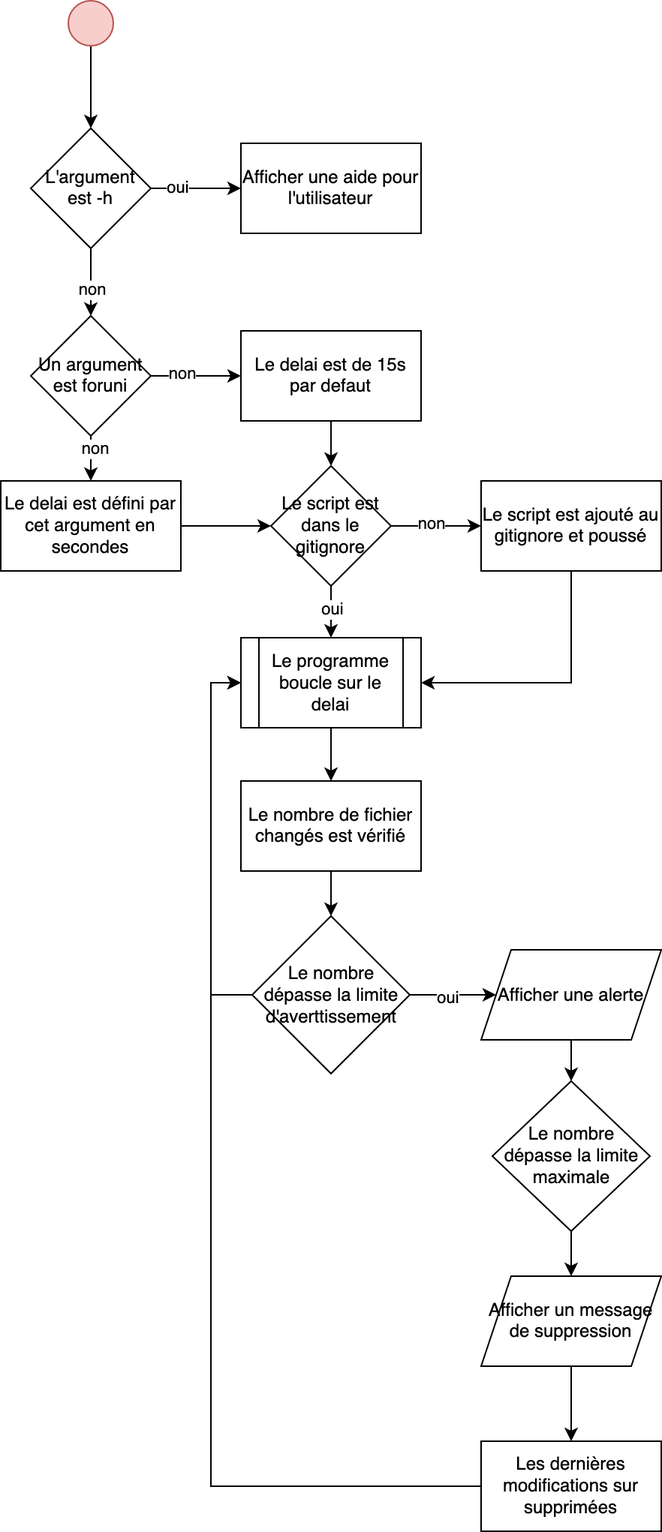
This is diagramme.drawio.png from sepios87/remove_bash, a draw.io export, as it was before one commit. Source tidied: cells renumbered, new cells last; positions are measured from the earlier drawing's top-left corner, leaving out a move shared by most shapes.
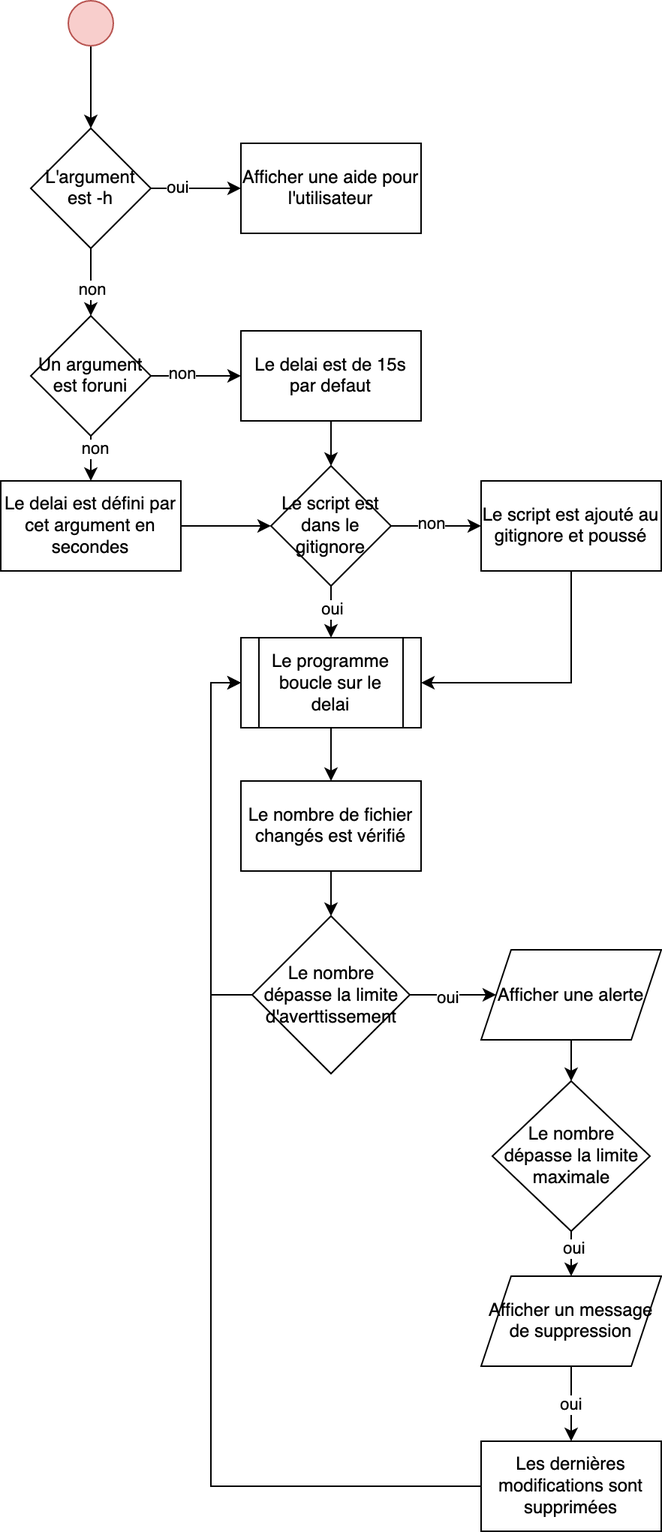
The same file after the commit.

Change to the diagram source:
```diff
@@ -116,19 +116,25 @@
     <mxCell id="36" style="edgeStyle=orthogonalEdgeStyle;rounded=0;jettySize=auto;html=1;" parent="1" edge="1" source="37" target="39">
       <mxGeometry relative="1" as="geometry" />
     </mxCell>
+    <mxCell id="42" value="oui" style="edgeLabel;html=1;align=center;verticalAlign=middle;" parent="36" vertex="1">
+      <mxGeometry x="0.24" y="1" relative="1" as="geometry" />
+    </mxCell>
     <mxCell id="37" value="Le nombre dépasse la limite maximale" style="rhombus;whiteSpace=wrap;html=1;" parent="1" vertex="1">
       <mxGeometry x="327.5" y="720" width="105" height="100" as="geometry" />
     </mxCell>
     <mxCell id="38" style="edgeStyle=orthogonalEdgeStyle;rounded=0;jettySize=auto;html=1;" parent="1" edge="1" source="39" target="41">
       <mxGeometry relative="1" as="geometry" />
     </mxCell>
+    <mxCell id="43" value="oui" style="edgeLabel;html=1;align=center;verticalAlign=middle;" parent="38" vertex="1">
+      <mxGeometry y="-1" relative="1" as="geometry" />
+    </mxCell>
     <mxCell id="39" value="Afficher un message de suppression" style="shape=parallelogram;perimeter=parallelogramPerimeter;whiteSpace=wrap;html=1;fixedSize=1;" parent="1" vertex="1">
       <mxGeometry x="320" y="850" width="120" height="60" as="geometry" />
     </mxCell>
     <mxCell id="40" style="edgeStyle=orthogonalEdgeStyle;rounded=0;jettySize=auto;html=1;entryX=0;entryY=0.5;entryDx=0;entryDy=0;" parent="1" edge="1" source="41" target="27">
       <mxGeometry relative="1" as="geometry" />
     </mxCell>
-    <mxCell id="41" value="Les dernières modifications sur supprimées" style="whiteSpace=wrap;html=1;" parent="1" vertex="1">
+    <mxCell id="41" value="Les dernières modifications sont supprimées" style="whiteSpace=wrap;html=1;" parent="1" vertex="1">
       <mxGeometry x="320" y="960" width="120" height="60" as="geometry" />
     </mxCell>
   </root>
```
